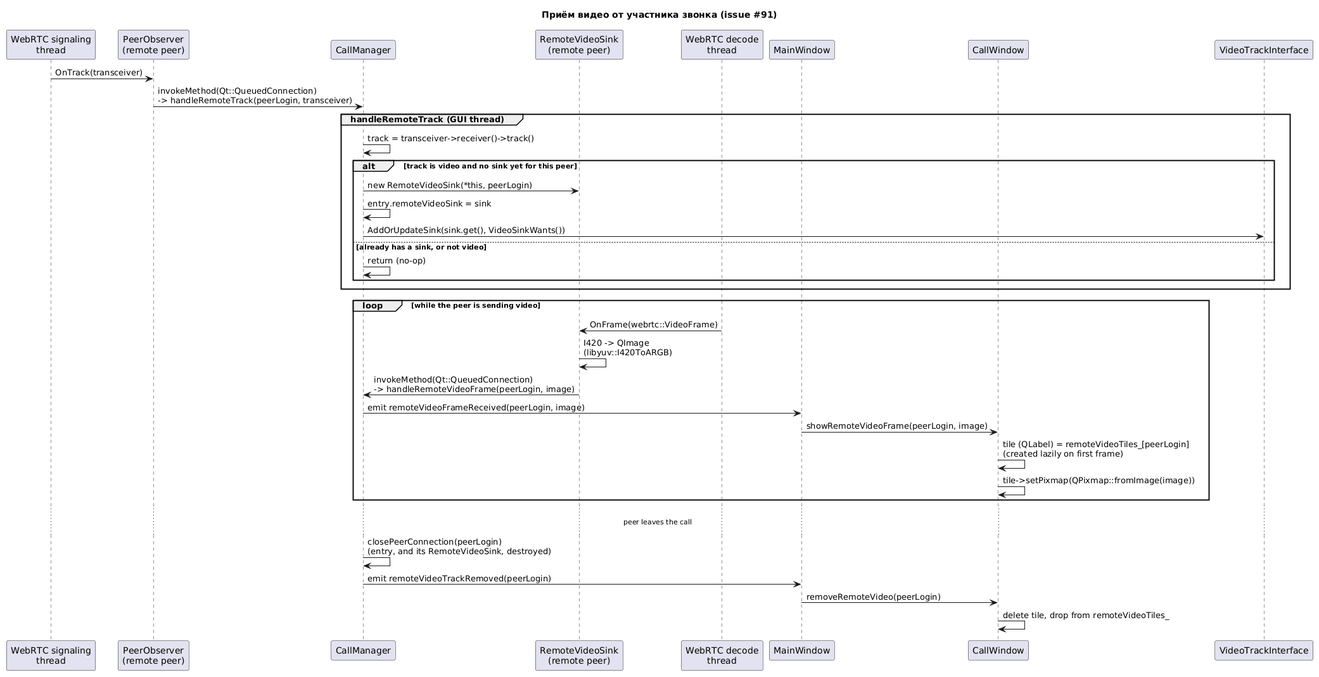
The PlantUML diagram docs/diagrams/call-video-receive-sequence.png in NekrasovIS/Exp, before a commit.
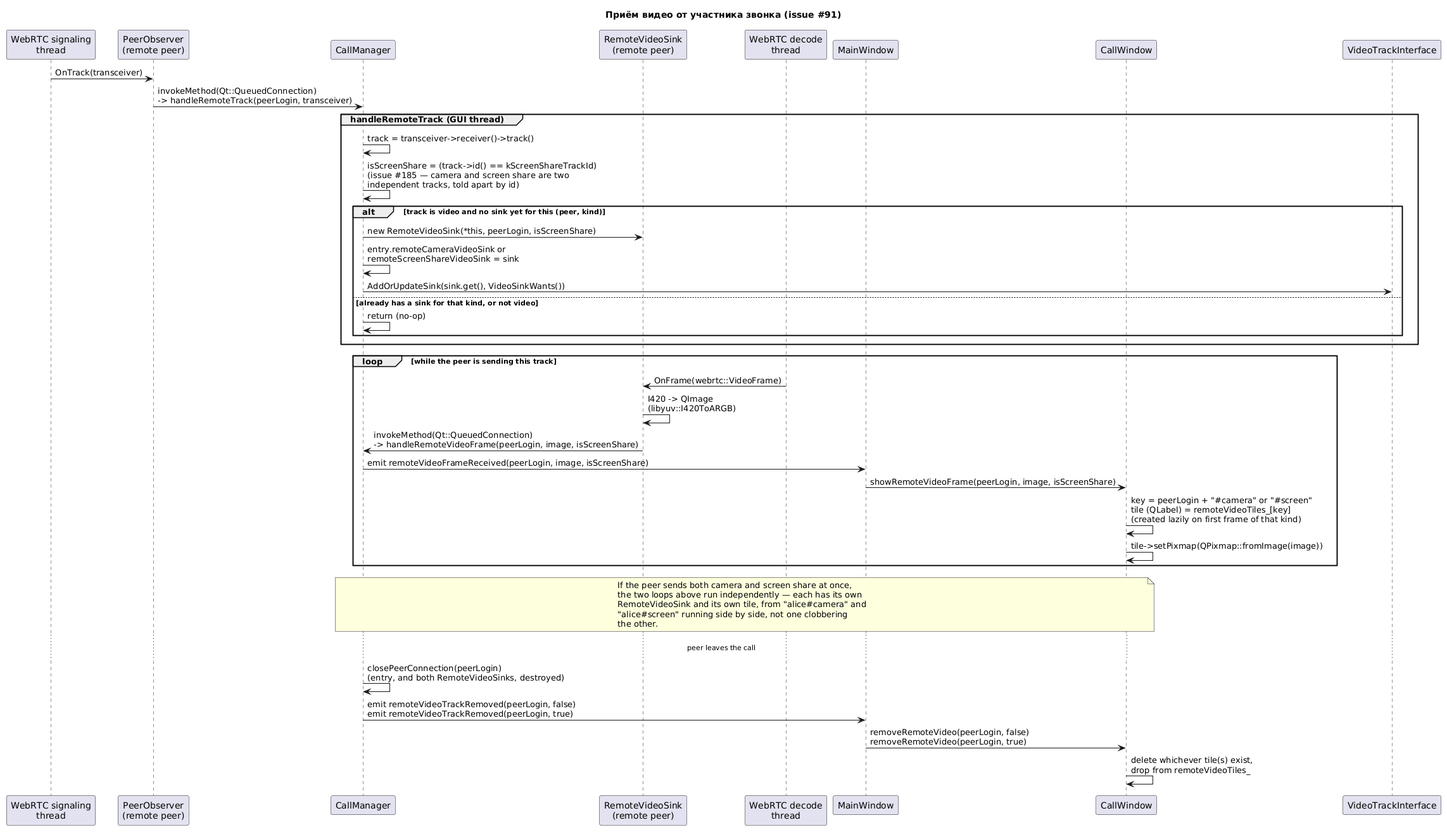
The same diagram one commit later.

What changed in the source:
```diff
@@ -14,29 +14,38 @@
 
 group handleRemoteTrack (GUI thread)
   CallManager -> CallManager : track = transceiver->receiver()->track()
-  alt track is video and no sink yet for this peer
-    CallManager -> Sink : new RemoteVideoSink(*this, peerLogin)
-    CallManager -> CallManager : entry.remoteVideoSink = sink
+  CallManager -> CallManager : isScreenShare = (track->id() == kScreenShareTrackId)\n(issue #185 — camera and screen share are two\nindependent tracks, told apart by id)
+  alt track is video and no sink yet for this (peer, kind)
+    CallManager -> Sink : new RemoteVideoSink(*this, peerLogin, isScreenShare)
+    CallManager -> CallManager : entry.remoteCameraVideoSink or\nremoteScreenShareVideoSink = sink
     CallManager -> "VideoTrackInterface" as Track : AddOrUpdateSink(sink.get(), VideoSinkWants())
-  else already has a sink, or not video
+  else already has a sink for that kind, or not video
     CallManager -> CallManager : return (no-op)
   end
 end
 
-loop while the peer is sending video
+loop while the peer is sending this track
   Decode -> Sink : OnFrame(webrtc::VideoFrame)
   Sink -> Sink : I420 -> QImage\n(libyuv::I420ToARGB)
-  Sink -> CallManager : invokeMethod(Qt::QueuedConnection)\n-> handleRemoteVideoFrame(peerLogin, image)
-  CallManager -> MainWindow : emit remoteVideoFrameReceived(peerLogin, image)
-  MainWindow -> CallWindow : showRemoteVideoFrame(peerLogin, image)
-  CallWindow -> CallWindow : tile (QLabel) = remoteVideoTiles_[peerLogin]\n(created lazily on first frame)
+  Sink -> CallManager : invokeMethod(Qt::QueuedConnection)\n-> handleRemoteVideoFrame(peerLogin, image, isScreenShare)
+  CallManager -> MainWindow : emit remoteVideoFrameReceived(peerLogin, image, isScreenShare)
+  MainWindow -> CallWindow : showRemoteVideoFrame(peerLogin, image, isScreenShare)
+  CallWindow -> CallWindow : key = peerLogin + "#camera" or "#screen"\ntile (QLabel) = remoteVideoTiles_[key]\n(created lazily on first frame of that kind)
   CallWindow -> CallWindow : tile->setPixmap(QPixmap::fromImage(image))
 end
 
+note over CallManager, CallWindow
+  If the peer sends both camera and screen share at once,
+  the two loops above run independently — each has its own
+  RemoteVideoSink and its own tile, from "alice#camera" and
+  "alice#screen" running side by side, not one clobbering
+  the other.
+end note
+
 ... peer leaves the call ...
-CallManager -> CallManager : closePeerConnection(peerLogin)\n(entry, and its RemoteVideoSink, destroyed)
-CallManager -> MainWindow : emit remoteVideoTrackRemoved(peerLogin)
-MainWindow -> CallWindow : removeRemoteVideo(peerLogin)
-CallWindow -> CallWindow : delete tile, drop from remoteVideoTiles_
+CallManager -> CallManager : closePeerConnection(peerLogin)\n(entry, and both RemoteVideoSinks, destroyed)
+CallManager -> MainWindow : emit remoteVideoTrackRemoved(peerLogin, false)\nemit remoteVideoTrackRemoved(peerLogin, true)
+MainWindow -> CallWindow : removeRemoteVideo(peerLogin, false)\nremoveRemoteVideo(peerLogin, true)
+CallWindow -> CallWindow : delete whichever tile(s) exist,\ndrop from remoteVideoTiles_
 
 @enduml
```
